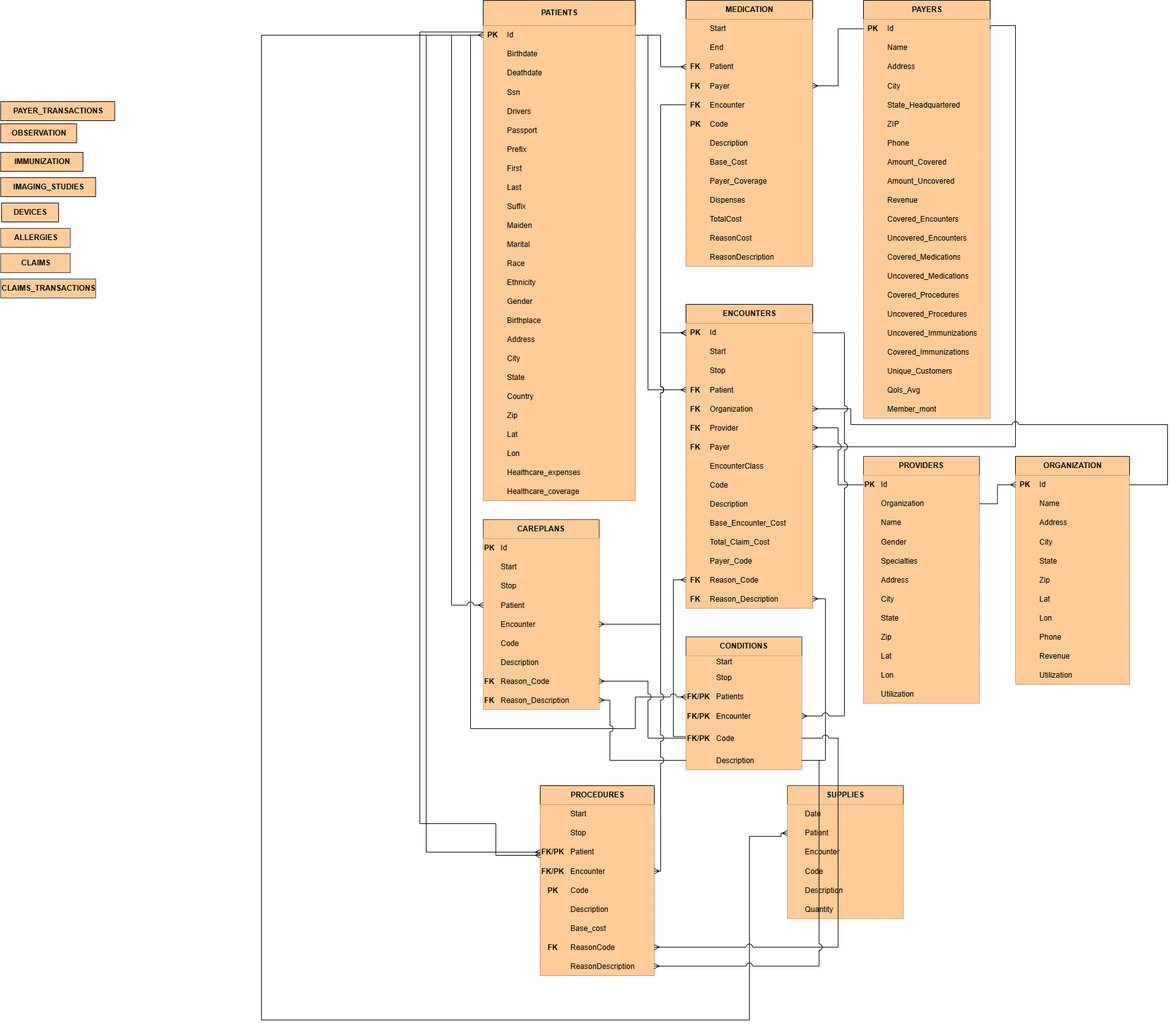
This is BigDataProject.drawio.png from UtsuroNoArashi/BigDataProject, a draw.io export, as it was before one commit. Source tidied: cells renumbered, new cells last; positions are measured from the earlier drawing's top-left corner, leaving out a move shared by most shapes.
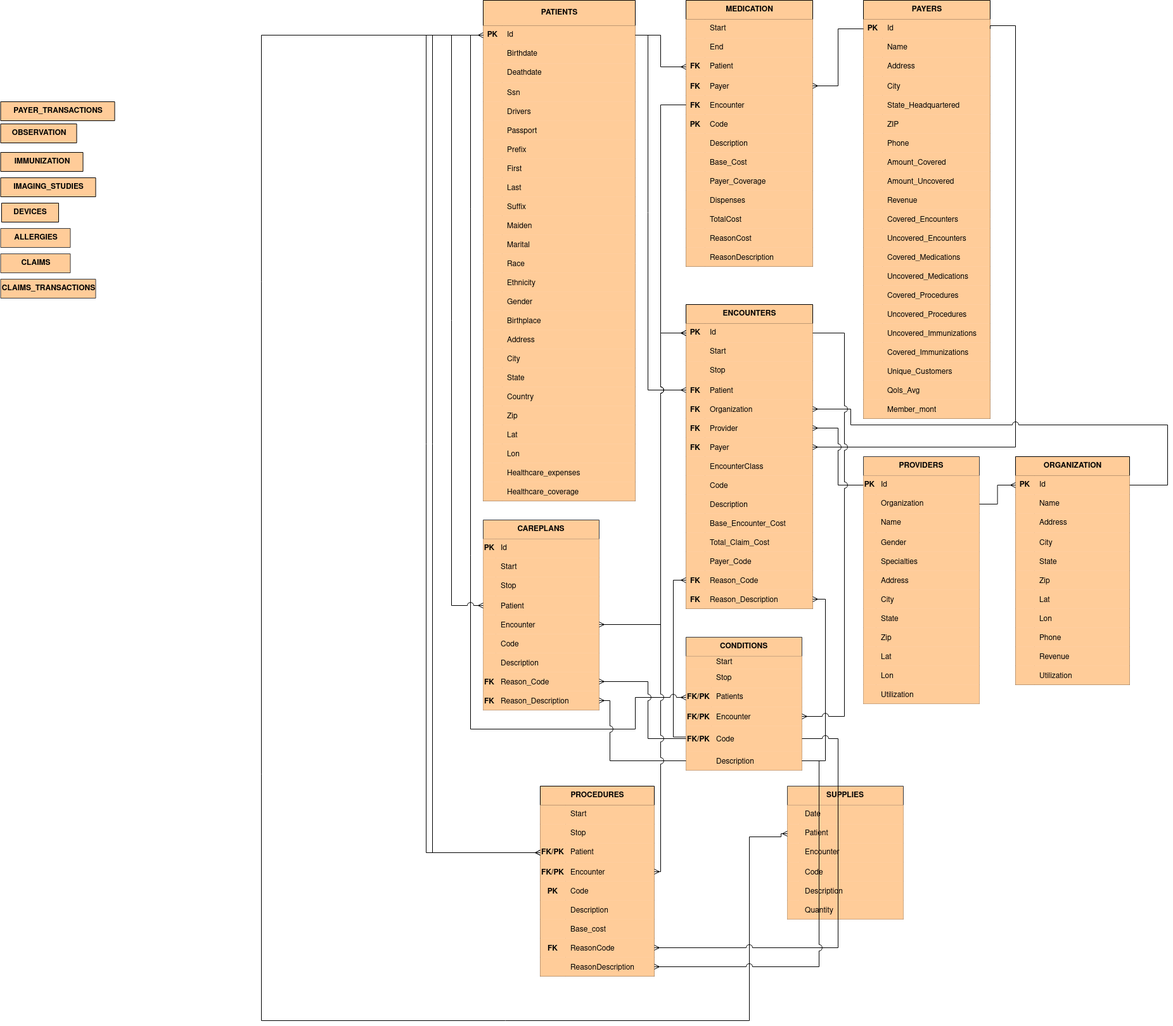
The same file after the commit.

What changed in the source:
```diff
@@ -1315,13 +1315,11 @@
         </Array>
       </mxGeometry>
     </mxCell>
-    <mxCell id="418" style="edgeStyle=orthogonalEdgeStyle;rounded=0;jettySize=auto;html=1;endArrow=ERmany;endFill=0;" parent="1" edge="1" source="182" target="66">
+    <mxCell id="418" style="edgeStyle=orthogonalEdgeStyle;rounded=0;jettySize=auto;html=1;endArrow=ERmany;endFill=0;exitX=0;exitY=0.5;exitDx=0;exitDy=0;" parent="1" edge="1" source="182" target="66">
       <mxGeometry relative="1" as="geometry">
         <Array as="points">
-          <mxPoint x="662" y="50" />
-          <mxPoint x="662" y="1300" />
-          <mxPoint x="782" y="1300" />
-          <mxPoint x="782" y="1350" />
+          <mxPoint x="682" y="55" />
+          <mxPoint x="682" y="1345" />
         </Array>
       </mxGeometry>
     </mxCell>
```
